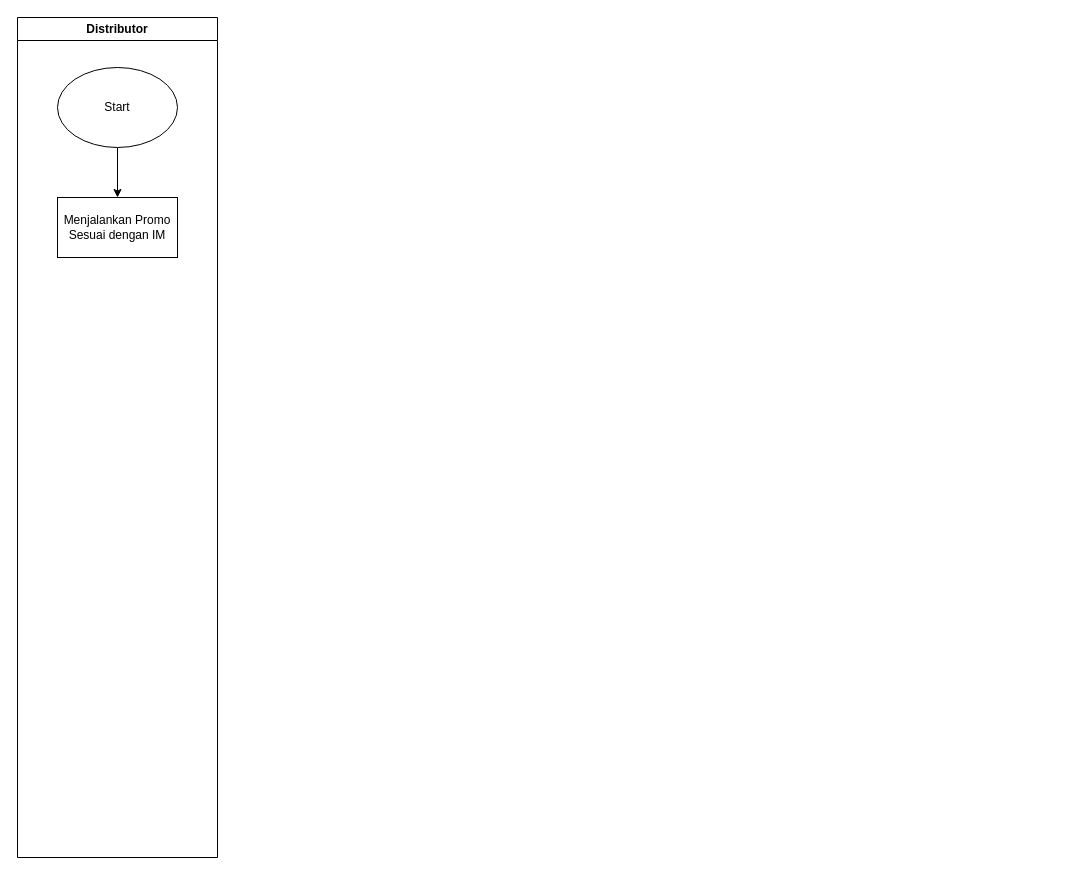
This is page "SOP Sales - Claim Promo" (22 of 26) of SOP Agro.drawio from wilhelmus098/pf, a draw.io file, before an edit. Source tidied: cells renumbered, new cells numbered last; positions are measured from the earlier drawing's top-left corner, leaving out a move shared by most shapes. Both pictures are drawn from the tidied source at 100%, with x=0, y=0 at pixel (17, 17).
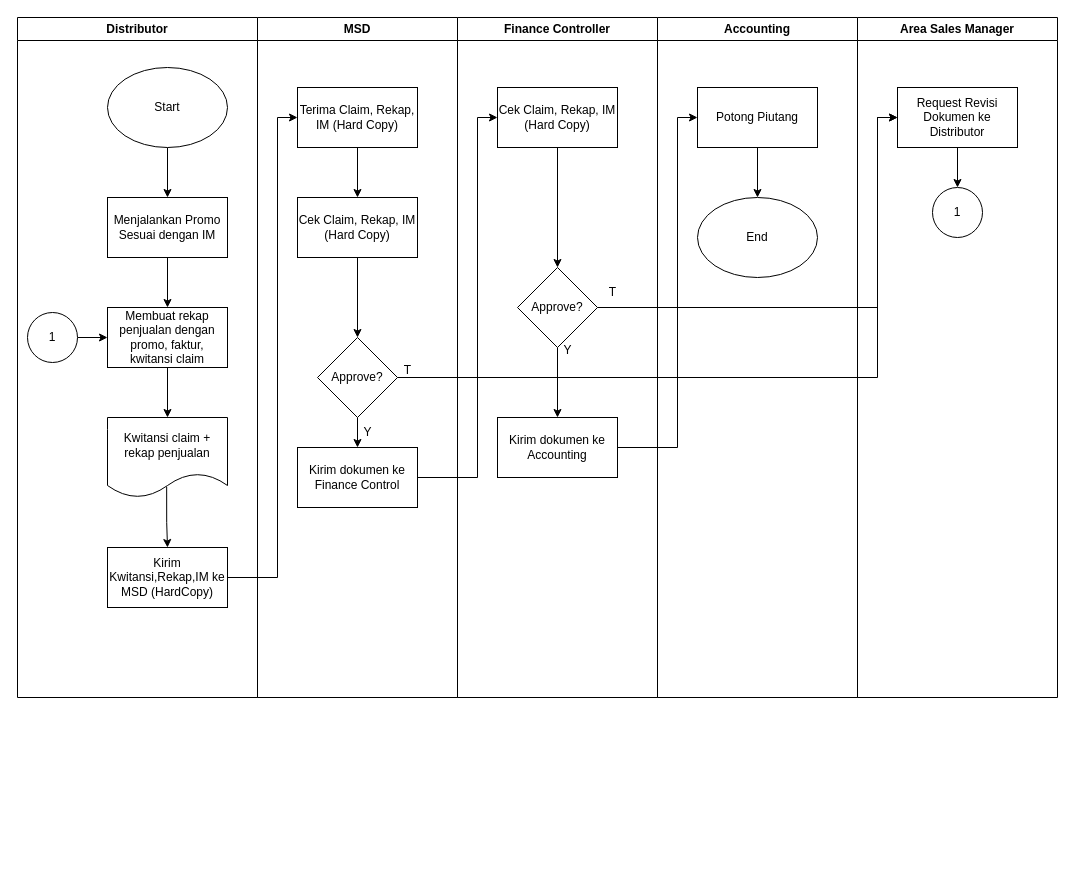
After the change.

Change to the diagram source:
```diff
@@
     <mxCell id="2" value="Distributor" style="swimlane;whiteSpace=wrap;html=1;" parent="1" vertex="1">
-      <mxGeometry width="200" height="840" as="geometry" />
+      <mxGeometry width="240" height="680" as="geometry" />
     </mxCell>
@@
     <mxCell id="4" value="Start" style="ellipse;whiteSpace=wrap;html=1;" parent="2" vertex="1">
-      <mxGeometry x="40" y="50" width="120" height="80" as="geometry" />
+      <mxGeometry x="90" y="50" width="120" height="80" as="geometry" />
     </mxCell>
+    <mxCell id="6" style="edgeStyle=orthogonalEdgeStyle;rounded=0;jettySize=auto;html=1;" parent="2" edge="1" source="5" target="8">
+      <mxGeometry relative="1" as="geometry" />
+    </mxCell>
     <mxCell id="5" value="Menjalankan Promo Sesuai dengan IM" style="rounded=0;whiteSpace=wrap;html=1;" parent="2" vertex="1">
-      <mxGeometry x="40" y="180" width="120" height="60" as="geometry" />
+      <mxGeometry x="90" y="180" width="120" height="60" as="geometry" />
     </mxCell>
+    <mxCell id="7" style="edgeStyle=orthogonalEdgeStyle;rounded=0;jettySize=auto;html=1;" parent="2" edge="1" source="8" target="10">
+      <mxGeometry relative="1" as="geometry" />
+    </mxCell>
+    <mxCell id="8" value="Membuat rekap penjualan dengan promo, faktur, kwitansi claim" style="rounded=0;whiteSpace=wrap;html=1;" parent="2" vertex="1">
+      <mxGeometry x="90" y="290" width="120" height="60" as="geometry" />
+    </mxCell>
+    <mxCell id="9" style="edgeStyle=orthogonalEdgeStyle;rounded=0;jettySize=auto;html=1;exitX=0.493;exitY=0.864;exitDx=0;exitDy=0;exitPerimeter=0;" parent="2" edge="1" source="10" target="11">
+      <mxGeometry relative="1" as="geometry" />
+    </mxCell>
+    <mxCell id="10" value="Kwitansi claim + rekap penjualan" style="shape=document;whiteSpace=wrap;html=1;boundedLbl=1;" parent="2" vertex="1">
+      <mxGeometry x="90" y="400" width="120" height="80" as="geometry" />
+    </mxCell>
+    <mxCell id="11" value="Kirim Kwitansi,Rekap,IM ke MSD (HardCopy)" style="whiteSpace=wrap;html=1;" parent="2" vertex="1">
+      <mxGeometry x="90" y="530" width="120" height="60" as="geometry" />
+    </mxCell>
+    <mxCell id="12" style="edgeStyle=orthogonalEdgeStyle;rounded=0;jettySize=auto;html=1;" parent="2" edge="1" source="13" target="8">
+      <mxGeometry relative="1" as="geometry" />
+    </mxCell>
+    <mxCell id="13" value="1" style="ellipse;whiteSpace=wrap;html=1;" parent="2" vertex="1">
+      <mxGeometry x="10" y="295" width="50" height="50" as="geometry" />
+    </mxCell>
+    <mxCell id="14" value="MSD" style="swimlane;whiteSpace=wrap;html=1;" parent="1" vertex="1">
+      <mxGeometry x="240" width="200" height="680" as="geometry" />
+    </mxCell>
+    <mxCell id="15" style="edgeStyle=orthogonalEdgeStyle;rounded=0;jettySize=auto;html=1;" parent="14" edge="1" source="16" target="18">
+      <mxGeometry relative="1" as="geometry" />
+    </mxCell>
+    <mxCell id="16" value="Terima Claim, Rekap, IM (Hard Copy)" style="rounded=0;whiteSpace=wrap;html=1;" parent="14" vertex="1">
+      <mxGeometry x="40" y="70" width="120" height="60" as="geometry" />
+    </mxCell>
+    <mxCell id="17" style="edgeStyle=orthogonalEdgeStyle;rounded=0;jettySize=auto;html=1;entryX=0.5;entryY=0;entryDx=0;entryDy=0;" parent="14" edge="1" source="18" target="20">
+      <mxGeometry relative="1" as="geometry" />
+    </mxCell>
+    <mxCell id="18" value="Cek Claim, Rekap, IM (Hard Copy)" style="rounded=0;whiteSpace=wrap;html=1;" parent="14" vertex="1">
+      <mxGeometry x="40" y="180" width="120" height="60" as="geometry" />
+    </mxCell>
+    <mxCell id="19" style="edgeStyle=orthogonalEdgeStyle;rounded=0;jettySize=auto;html=1;" parent="14" edge="1" source="20" target="21">
+      <mxGeometry relative="1" as="geometry" />
+    </mxCell>
+    <mxCell id="20" value="Approve?" style="rhombus;whiteSpace=wrap;html=1;" parent="14" vertex="1">
+      <mxGeometry x="60" y="320" width="80" height="80" as="geometry" />
+    </mxCell>
+    <mxCell id="21" value="Kirim dokumen ke Finance Control" style="rounded=0;whiteSpace=wrap;html=1;" parent="14" vertex="1">
+      <mxGeometry x="40" y="430" width="120" height="60" as="geometry" />
+    </mxCell>
+    <mxCell id="22" value="Y" style="text;html=1;align=center;verticalAlign=middle;strokeColor=none;fillColor=none;" parent="14" vertex="1">
+      <mxGeometry x="95" y="400" width="30" height="30" as="geometry" />
+    </mxCell>
+    <mxCell id="23" value="Finance Controller" style="swimlane;whiteSpace=wrap;html=1;" parent="1" vertex="1">
+      <mxGeometry x="440" width="200" height="680" as="geometry" />
+    </mxCell>
+    <mxCell id="24" style="edgeStyle=orthogonalEdgeStyle;rounded=0;jettySize=auto;html=1;entryX=0.5;entryY=0;entryDx=0;entryDy=0;" parent="23" edge="1" source="25" target="27">
+      <mxGeometry relative="1" as="geometry" />
+    </mxCell>
+    <mxCell id="25" value="Cek Claim, Rekap, IM (Hard Copy)" style="rounded=0;whiteSpace=wrap;html=1;" parent="23" vertex="1">
+      <mxGeometry x="40" y="70" width="120" height="60" as="geometry" />
+    </mxCell>
+    <mxCell id="26" style="edgeStyle=orthogonalEdgeStyle;rounded=0;jettySize=auto;html=1;" parent="23" edge="1" source="27" target="28">
+      <mxGeometry relative="1" as="geometry" />
+    </mxCell>
+    <mxCell id="27" value="Approve?" style="rhombus;whiteSpace=wrap;html=1;" parent="23" vertex="1">
+      <mxGeometry x="60" y="250" width="80" height="80" as="geometry" />
+    </mxCell>
+    <mxCell id="28" value="Kirim dokumen ke Accounting" style="rounded=0;whiteSpace=wrap;html=1;" parent="23" vertex="1">
+      <mxGeometry x="40" y="400" width="120" height="60" as="geometry" />
+    </mxCell>
+    <mxCell id="29" value="T" style="text;html=1;align=center;verticalAlign=middle;strokeColor=none;fillColor=none;" parent="23" vertex="1">
+      <mxGeometry x="140" y="260" width="30" height="30" as="geometry" />
+    </mxCell>
+    <mxCell id="30" value="Accounting" style="swimlane;whiteSpace=wrap;html=1;" parent="1" vertex="1">
+      <mxGeometry x="640" width="200" height="680" as="geometry" />
+    </mxCell>
+    <mxCell id="31" style="edgeStyle=orthogonalEdgeStyle;rounded=0;jettySize=auto;html=1;" parent="30" edge="1" source="32" target="33">
+      <mxGeometry relative="1" as="geometry" />
+    </mxCell>
+    <mxCell id="32" value="Potong Piutang" style="rounded=0;whiteSpace=wrap;html=1;" parent="30" vertex="1">
+      <mxGeometry x="40" y="70" width="120" height="60" as="geometry" />
+    </mxCell>
+    <mxCell id="33" value="End" style="ellipse;whiteSpace=wrap;html=1;" parent="30" vertex="1">
+      <mxGeometry x="40" y="180" width="120" height="80" as="geometry" />
+    </mxCell>
+    <mxCell id="34" style="edgeStyle=orthogonalEdgeStyle;rounded=0;jettySize=auto;html=1;entryX=0;entryY=0.5;entryDx=0;entryDy=0;" parent="1" edge="1" source="28" target="32">
+      <mxGeometry relative="1" as="geometry">
+        <Array as="points">
+          <mxPoint x="660" y="430" />
+          <mxPoint x="660" y="100" />
+        </Array>
+      </mxGeometry>
+    </mxCell>
+    <mxCell id="35" style="edgeStyle=orthogonalEdgeStyle;rounded=0;jettySize=auto;html=1;entryX=0;entryY=0.5;entryDx=0;entryDy=0;" parent="1" edge="1" source="21" target="25">
+      <mxGeometry relative="1" as="geometry">
+        <Array as="points">
+          <mxPoint x="460" y="460" />
+          <mxPoint x="460" y="100" />
+        </Array>
+      </mxGeometry>
+    </mxCell>
+    <mxCell id="36" value="Area Sales Manager" style="swimlane;whiteSpace=wrap;html=1;startSize=23;" parent="1" vertex="1">
+      <mxGeometry x="840" width="200" height="680" as="geometry" />
+    </mxCell>
+    <mxCell id="37" style="edgeStyle=orthogonalEdgeStyle;rounded=0;jettySize=auto;html=1;" parent="36" edge="1" source="38" target="39">
+      <mxGeometry relative="1" as="geometry" />
+    </mxCell>
+    <mxCell id="38" value="Request Revisi Dokumen ke Distributor" style="whiteSpace=wrap;html=1;" parent="36" vertex="1">
+      <mxGeometry x="40" y="70" width="120" height="60" as="geometry" />
+    </mxCell>
+    <mxCell id="39" value="1" style="ellipse;whiteSpace=wrap;html=1;" parent="36" vertex="1">
+      <mxGeometry x="75" y="170" width="50" height="50" as="geometry" />
+    </mxCell>
+    <mxCell id="40" style="edgeStyle=orthogonalEdgeStyle;rounded=0;jettySize=auto;html=1;entryX=0;entryY=0.5;entryDx=0;entryDy=0;" parent="1" edge="1" source="27" target="38">
+      <mxGeometry relative="1" as="geometry">
+        <Array as="points">
+          <mxPoint x="860" y="290" />
+          <mxPoint x="860" y="100" />
+        </Array>
+      </mxGeometry>
+    </mxCell>
+    <mxCell id="41" style="edgeStyle=orthogonalEdgeStyle;rounded=0;jettySize=auto;html=1;entryX=0;entryY=0.5;entryDx=0;entryDy=0;" parent="1" edge="1" source="20" target="38">
+      <mxGeometry relative="1" as="geometry">
+        <Array as="points">
+          <mxPoint x="860" y="360" />
+          <mxPoint x="860" y="100" />
+        </Array>
+      </mxGeometry>
+    </mxCell>
+    <mxCell id="42" value="T" style="text;html=1;align=center;verticalAlign=middle;strokeColor=none;fillColor=none;" parent="1" vertex="1">
+      <mxGeometry x="375" y="338" width="30" height="30" as="geometry" />
+    </mxCell>
+    <mxCell id="43" value="Y" style="text;html=1;align=center;verticalAlign=middle;strokeColor=none;fillColor=none;" parent="1" vertex="1">
+      <mxGeometry x="535" y="318" width="30" height="30" as="geometry" />
+    </mxCell>
+    <mxCell id="44" style="edgeStyle=orthogonalEdgeStyle;rounded=0;jettySize=auto;html=1;entryX=0;entryY=0.5;entryDx=0;entryDy=0;" parent="1" edge="1" source="11" target="16">
+      <mxGeometry relative="1" as="geometry">
+        <Array as="points">
+          <mxPoint x="260" y="560" />
+          <mxPoint x="260" y="100" />
+        </Array>
+      </mxGeometry>
+    </mxCell>
```
